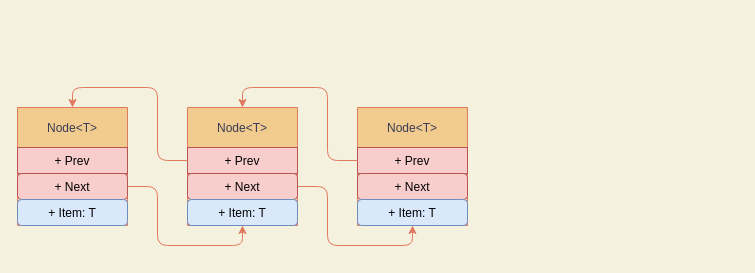
The draw.io diagram docs/views/java/jdk/java.util/collection/LinkedList.drawio in kkyeer/kkyeer.github.io, before the edit. Source tidied: cells renumbered, new cells numbered last; positions are measured from the earlier drawing's top-left corner, leaving out a move shared by most shapes. Both pictures are drawn from the tidied source at 100%, with x=0, y=0 at pixel (17, 107).
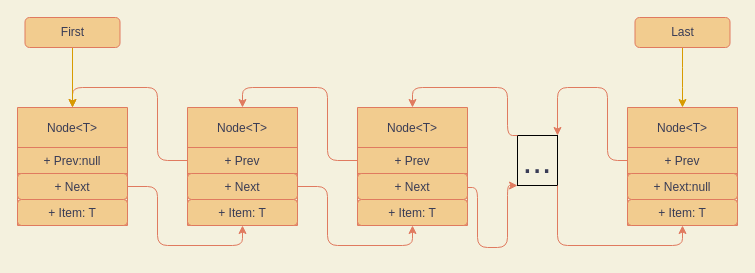
Above is the later version.

The change refers to these unchanged cells:
```xml
<mxCell id="2" value="Node&lt;T&gt;" style="swimlane;fontStyle=0;horizontal=1;startSize=40;fillColor=#F2CC8F;strokeColor=#E07A5F;sketch=0;fontColor=#393C56;" parent="1" vertex="1">
  <mxGeometry width="110" height="118" as="geometry" />
</mxCell>
<mxCell id="6" value="Node&lt;T&gt;" style="swimlane;fontStyle=0;horizontal=1;startSize=40;fillColor=#F2CC8F;strokeColor=#E07A5F;sketch=0;fontColor=#393C56;" parent="1" vertex="1">
  <mxGeometry x="170" width="110" height="118" as="geometry" />
</mxCell>
<mxCell id="12" value="Node&lt;T&gt;" style="swimlane;fontStyle=0;horizontal=1;startSize=40;fillColor=#F2CC8F;strokeColor=#E07A5F;sketch=0;fontColor=#393C56;" parent="1" vertex="1">
  <mxGeometry x="340" width="110" height="118" as="geometry" />
</mxCell>
```

What changed in the source:
```diff
@@
-    <mxCell id="3" value="+ Prev" style="text;fillColor=#f8cecc;align=center;verticalAlign=top;spacingLeft=4;spacingRight=4;overflow=hidden;strokeColor=#b85450;sketch=0;imageAspect=0;" parent="2" vertex="1">
+    <mxCell id="3" value="+ Prev:null" style="text;fillColor=#F2CC8F;align=center;verticalAlign=top;spacingLeft=4;spacingRight=4;overflow=hidden;strokeColor=#E07A5F;sketch=0;imageAspect=0;fontColor=#393C56;" parent="2" vertex="1">
       <mxGeometry y="40" width="110" height="26" as="geometry" />
     </mxCell>
-    <mxCell id="4" value="+ Next" style="text;fillColor=#f8cecc;align=center;verticalAlign=top;spacingLeft=4;spacingRight=4;overflow=hidden;points=[[0,0.5],[1,0.5]];portConstraint=eastwest;strokeColor=#b85450;rounded=1;glass=0;sketch=0;imageAspect=0;perimeterSpacing=0;shadow=0;" parent="2" vertex="1">
+    <mxCell id="4" value="+ Next" style="text;fillColor=#F2CC8F;align=center;verticalAlign=top;spacingLeft=4;spacingRight=4;overflow=hidden;points=[[0,0.5],[1,0.5]];portConstraint=eastwest;strokeColor=#E07A5F;rounded=1;glass=0;sketch=0;imageAspect=0;perimeterSpacing=0;shadow=0;fontColor=#393C56;" parent="2" vertex="1">
       <mxGeometry y="66" width="110" height="26" as="geometry" />
     </mxCell>
-    <mxCell id="5" value="+ Item: T" style="text;strokeColor=#6c8ebf;fillColor=#dae8fc;align=center;verticalAlign=top;spacingLeft=4;spacingRight=4;overflow=hidden;rounded=1;glass=0;sketch=0;imageAspect=0;" parent="2" vertex="1">
+    <mxCell id="5" value="+ Item: T" style="text;strokeColor=#E07A5F;fillColor=#F2CC8F;align=center;verticalAlign=top;spacingLeft=4;spacingRight=4;overflow=hidden;rounded=1;glass=0;sketch=0;imageAspect=0;fontColor=#393C56;" parent="2" vertex="1">
       <mxGeometry y="92" width="110" height="26" as="geometry" />
     </mxCell>
@@
-    <mxCell id="7" value="+ Prev" style="text;fillColor=#f8cecc;align=center;verticalAlign=top;spacingLeft=4;spacingRight=4;overflow=hidden;points=[[0,0.5],[1,0.5]];portConstraint=eastwest;strokeColor=#b85450;sketch=0;imageAspect=0;" parent="6" vertex="1">
+    <mxCell id="7" value="+ Prev" style="text;fillColor=#F2CC8F;align=center;verticalAlign=top;spacingLeft=4;spacingRight=4;overflow=hidden;points=[[0,0.5],[1,0.5]];portConstraint=eastwest;strokeColor=#E07A5F;sketch=0;imageAspect=0;fontColor=#393C56;" parent="6" vertex="1">
       <mxGeometry y="40" width="110" height="26" as="geometry" />
     </mxCell>
-    <mxCell id="8" value="+ Next" style="text;fillColor=#f8cecc;align=center;verticalAlign=top;spacingLeft=4;spacingRight=4;overflow=hidden;points=[[0,0.5],[1,0.5]];portConstraint=eastwest;strokeColor=#b85450;rounded=1;glass=0;sketch=0;imageAspect=0;" parent="6" vertex="1">
+    <mxCell id="8" value="+ Next" style="text;fillColor=#F2CC8F;align=center;verticalAlign=top;spacingLeft=4;spacingRight=4;overflow=hidden;points=[[0,0.5],[1,0.5]];portConstraint=eastwest;strokeColor=#E07A5F;rounded=1;glass=0;sketch=0;imageAspect=0;fontColor=#393C56;" parent="6" vertex="1">
       <mxGeometry y="66" width="110" height="26" as="geometry" />
     </mxCell>
-    <mxCell id="9" value="+ Item: T" style="text;strokeColor=#6c8ebf;fillColor=#dae8fc;align=center;verticalAlign=top;spacingLeft=4;spacingRight=4;overflow=hidden;rounded=1;glass=0;sketch=0;imageAspect=0;" parent="6" vertex="1">
+    <mxCell id="9" value="+ Item: T" style="text;strokeColor=#E07A5F;fillColor=#F2CC8F;align=center;verticalAlign=top;spacingLeft=4;spacingRight=4;overflow=hidden;rounded=1;glass=0;sketch=0;imageAspect=0;fontColor=#393C56;" parent="6" vertex="1">
       <mxGeometry y="92" width="110" height="26" as="geometry" />
     </mxCell>
-    <mxCell id="10" style="edgeStyle=orthogonalEdgeStyle;rounded=1;sketch=0;jettySize=auto;html=1;exitX=0;exitY=0.5;exitDx=0;exitDy=0;entryX=0.5;entryY=0;entryDx=0;entryDy=0;strokeColor=#E07A5F;fillColor=#F2CC8F;fontColor=#393C56;" parent="1" edge="1" source="7" target="2">
+    <mxCell id="10" style="edgeStyle=orthogonalEdgeStyle;rounded=1;sketch=0;jettySize=auto;html=1;exitX=0;exitY=0.5;exitDx=0;exitDy=0;entryX=0.5;entryY=0;entryDx=0;entryDy=0;strokeColor=#E07A5F;fillColor=#F2CC8F;fontColor=#393C56;labelBackgroundColor=#F4F1DE;" parent="1" edge="1" source="7" target="2">
       <mxGeometry relative="1" as="geometry" />
     </mxCell>
-    <mxCell id="11" style="edgeStyle=orthogonalEdgeStyle;rounded=1;sketch=0;jettySize=auto;html=1;exitX=1;exitY=0.5;exitDx=0;exitDy=0;entryX=0.5;entryY=1;entryDx=0;entryDy=0;strokeColor=#E07A5F;fillColor=#F2CC8F;fontColor=#393C56;" parent="1" edge="1" source="4" target="6">
+    <mxCell id="11" style="edgeStyle=orthogonalEdgeStyle;rounded=1;sketch=0;jettySize=auto;html=1;exitX=1;exitY=0.5;exitDx=0;exitDy=0;entryX=0.5;entryY=1;entryDx=0;entryDy=0;strokeColor=#E07A5F;fillColor=#F2CC8F;fontColor=#393C56;labelBackgroundColor=#F4F1DE;" parent="1" edge="1" source="4" target="6">
       <mxGeometry relative="1" as="geometry" />
     </mxCell>
@@
-    <mxCell id="13" value="+ Prev" style="text;fillColor=#f8cecc;align=center;verticalAlign=top;spacingLeft=4;spacingRight=4;overflow=hidden;points=[[0,0.5],[1,0.5]];portConstraint=eastwest;strokeColor=#b85450;sketch=0;imageAspect=0;" parent="12" vertex="1">
+    <mxCell id="13" value="+ Prev" style="text;fillColor=#F2CC8F;align=center;verticalAlign=top;spacingLeft=4;spacingRight=4;overflow=hidden;points=[[0,0.5],[1,0.5]];portConstraint=eastwest;strokeColor=#E07A5F;sketch=0;imageAspect=0;fontColor=#393C56;" parent="12" vertex="1">
       <mxGeometry y="40" width="110" height="26" as="geometry" />
     </mxCell>
-    <mxCell id="14" value="+ Next" style="text;fillColor=#f8cecc;align=center;verticalAlign=top;spacingLeft=4;spacingRight=4;overflow=hidden;strokeColor=#b85450;rounded=1;glass=0;sketch=0;imageAspect=0;" parent="12" vertex="1">
+    <mxCell id="14" value="+ Next" style="text;fillColor=#F2CC8F;align=center;verticalAlign=top;spacingLeft=4;spacingRight=4;overflow=hidden;strokeColor=#E07A5F;rounded=1;glass=0;sketch=0;imageAspect=0;fontColor=#393C56;" parent="12" vertex="1">
       <mxGeometry y="66" width="110" height="26" as="geometry" />
     </mxCell>
-    <mxCell id="15" value="+ Item: T" style="text;strokeColor=#6c8ebf;fillColor=#dae8fc;align=center;verticalAlign=top;spacingLeft=4;spacingRight=4;overflow=hidden;rounded=1;glass=0;sketch=0;imageAspect=0;" parent="12" vertex="1">
+    <mxCell id="15" value="+ Item: T" style="text;strokeColor=#E07A5F;fillColor=#F2CC8F;align=center;verticalAlign=top;spacingLeft=4;spacingRight=4;overflow=hidden;rounded=1;glass=0;sketch=0;imageAspect=0;fontColor=#393C56;" parent="12" vertex="1">
       <mxGeometry y="92" width="110" height="26" as="geometry" />
     </mxCell>
-    <mxCell id="16" style="edgeStyle=orthogonalEdgeStyle;rounded=1;sketch=0;jettySize=auto;html=1;exitX=0;exitY=0.5;exitDx=0;exitDy=0;entryX=0.5;entryY=0;entryDx=0;entryDy=0;strokeColor=#E07A5F;fillColor=#F2CC8F;fontColor=#393C56;" parent="1" edge="1" source="13" target="6">
+    <mxCell id="16" style="edgeStyle=orthogonalEdgeStyle;rounded=1;sketch=0;jettySize=auto;html=1;entryX=0.5;entryY=0;entryDx=0;entryDy=0;strokeColor=#E07A5F;fillColor=#F2CC8F;fontColor=#393C56;labelBackgroundColor=#F4F1DE;" parent="1" edge="1" source="13" target="6">
       <mxGeometry relative="1" as="geometry" />
     </mxCell>
-    <mxCell id="17" style="edgeStyle=orthogonalEdgeStyle;rounded=1;sketch=0;jettySize=auto;html=1;exitX=1;exitY=0.5;exitDx=0;exitDy=0;entryX=0.5;entryY=1;entryDx=0;entryDy=0;strokeColor=#E07A5F;fillColor=#F2CC8F;fontColor=#393C56;" parent="1" edge="1" source="8" target="12">
+    <mxCell id="17" style="edgeStyle=orthogonalEdgeStyle;rounded=1;sketch=0;jettySize=auto;html=1;exitX=1;exitY=0.5;exitDx=0;exitDy=0;entryX=0.5;entryY=1;entryDx=0;entryDy=0;strokeColor=#E07A5F;fillColor=#F2CC8F;fontColor=#393C56;labelBackgroundColor=#F4F1DE;" parent="1" edge="1" source="8" target="12">
       <mxGeometry relative="1" as="geometry" />
     </mxCell>
+    <mxCell id="18" value="..." style="text;html=1;fillColor=none;align=center;verticalAlign=middle;whiteSpace=wrap;rounded=0;fontSize=35;fontColor=#393C56;strokeColor=#000000;" parent="1" vertex="1">
+      <mxGeometry x="500" y="28" width="40" height="50" as="geometry" />
+    </mxCell>
+    <mxCell id="19" value="Node&lt;T&gt;" style="swimlane;fontStyle=0;horizontal=1;startSize=40;fillColor=#F2CC8F;strokeColor=#E07A5F;sketch=0;fontColor=#393C56;" parent="1" vertex="1">
+      <mxGeometry x="610" width="110" height="118" as="geometry" />
+    </mxCell>
+    <mxCell id="20" value="+ Prev" style="text;fillColor=#F2CC8F;align=center;verticalAlign=top;spacingLeft=4;spacingRight=4;overflow=hidden;points=[[0,0.5],[1,0.5]];portConstraint=eastwest;strokeColor=#E07A5F;sketch=0;imageAspect=0;fontColor=#393C56;" parent="19" vertex="1">
+      <mxGeometry y="40" width="110" height="26" as="geometry" />
+    </mxCell>
+    <mxCell id="21" value="+ Next:null" style="text;fillColor=#F2CC8F;align=center;verticalAlign=top;spacingLeft=4;spacingRight=4;overflow=hidden;strokeColor=#E07A5F;rounded=1;glass=0;sketch=0;imageAspect=0;perimeterSpacing=0;shadow=0;fontColor=#393C56;" parent="19" vertex="1">
+      <mxGeometry y="66" width="110" height="26" as="geometry" />
+    </mxCell>
+    <mxCell id="22" value="+ Item: T" style="text;strokeColor=#E07A5F;fillColor=#F2CC8F;align=center;verticalAlign=top;spacingLeft=4;spacingRight=4;overflow=hidden;rounded=1;glass=0;sketch=0;imageAspect=0;fontColor=#393C56;" parent="19" vertex="1">
+      <mxGeometry y="92" width="110" height="26" as="geometry" />
+    </mxCell>
+    <mxCell id="23" style="edgeStyle=orthogonalEdgeStyle;curved=0;rounded=1;sketch=0;jettySize=auto;html=1;strokeColor=#E07A5F;fillColor=#F2CC8F;fontColor=#393C56;exitX=0;exitY=0.5;exitDx=0;exitDy=0;entryX=1;entryY=0;entryDx=0;entryDy=0;" parent="1" edge="1" source="20" target="18">
+      <mxGeometry relative="1" as="geometry">
+        <Array as="points">
+          <mxPoint x="590" y="53" />
+          <mxPoint x="590" y="-20" />
+          <mxPoint x="540" y="-20" />
+        </Array>
+      </mxGeometry>
+    </mxCell>
+    <mxCell id="24" style="edgeStyle=orthogonalEdgeStyle;curved=0;rounded=1;sketch=0;jettySize=auto;html=1;entryX=0.5;entryY=0;entryDx=0;entryDy=0;strokeColor=#d79b00;fillColor=#ffe6cc;fontColor=#393C56;" parent="1" edge="1" source="25" target="2">
+      <mxGeometry relative="1" as="geometry" />
+    </mxCell>
+    <mxCell id="25" value="First" style="rounded=1;whiteSpace=wrap;html=1;sketch=0;strokeColor=#E07A5F;fillColor=#F2CC8F;fontColor=#393C56;" parent="1" vertex="1">
+      <mxGeometry x="7.5" y="-90" width="95" height="30" as="geometry" />
+    </mxCell>
+    <mxCell id="26" style="edgeStyle=orthogonalEdgeStyle;curved=0;rounded=1;sketch=0;jettySize=auto;html=1;entryX=0.5;entryY=0;entryDx=0;entryDy=0;strokeColor=#d79b00;fillColor=#ffe6cc;fontColor=#393C56;" parent="1" edge="1" source="27">
+      <mxGeometry relative="1" as="geometry">
+        <mxPoint x="665" as="targetPoint" />
+      </mxGeometry>
+    </mxCell>
+    <mxCell id="27" value="Last" style="rounded=1;whiteSpace=wrap;html=1;sketch=0;strokeColor=#E07A5F;fillColor=#F2CC8F;fontColor=#393C56;" parent="1" vertex="1">
+      <mxGeometry x="617.5" y="-90" width="95" height="30" as="geometry" />
+    </mxCell>
+    <mxCell id="28" style="edgeStyle=orthogonalEdgeStyle;rounded=1;sketch=0;jettySize=auto;html=1;entryX=0.5;entryY=1;entryDx=0;entryDy=0;strokeColor=#E07A5F;fillColor=#F2CC8F;fontColor=#393C56;labelBackgroundColor=#F4F1DE;exitX=1;exitY=1;exitDx=0;exitDy=0;" parent="1" edge="1" source="18" target="19">
+      <mxGeometry relative="1" as="geometry" />
+    </mxCell>
+    <mxCell id="29" style="edgeStyle=orthogonalEdgeStyle;rounded=1;sketch=0;jettySize=auto;html=1;entryX=0.5;entryY=0;entryDx=0;entryDy=0;strokeColor=#E07A5F;fillColor=#F2CC8F;fontColor=#393C56;labelBackgroundColor=#F4F1DE;exitX=0;exitY=0;exitDx=0;exitDy=0;" parent="1" edge="1" source="18" target="12">
+      <mxGeometry relative="1" as="geometry">
+        <Array as="points">
+          <mxPoint x="490" y="-20" />
+          <mxPoint x="395" y="-20" />
+        </Array>
+      </mxGeometry>
+    </mxCell>
+    <mxCell id="30" style="edgeStyle=orthogonalEdgeStyle;rounded=1;sketch=0;jettySize=auto;html=1;strokeColor=#E07A5F;fillColor=#F2CC8F;fontColor=#393C56;labelBackgroundColor=#F4F1DE;entryX=0;entryY=1;entryDx=0;entryDy=0;" parent="1" edge="1" target="18">
+      <mxGeometry relative="1" as="geometry">
+        <mxPoint x="450" y="80" as="sourcePoint" />
+        <Array as="points">
+          <mxPoint x="460" y="80" />
+          <mxPoint x="460" y="140" />
+          <mxPoint x="490" y="140" />
+          <mxPoint x="490" y="78" />
+        </Array>
+      </mxGeometry>
+    </mxCell>
```
